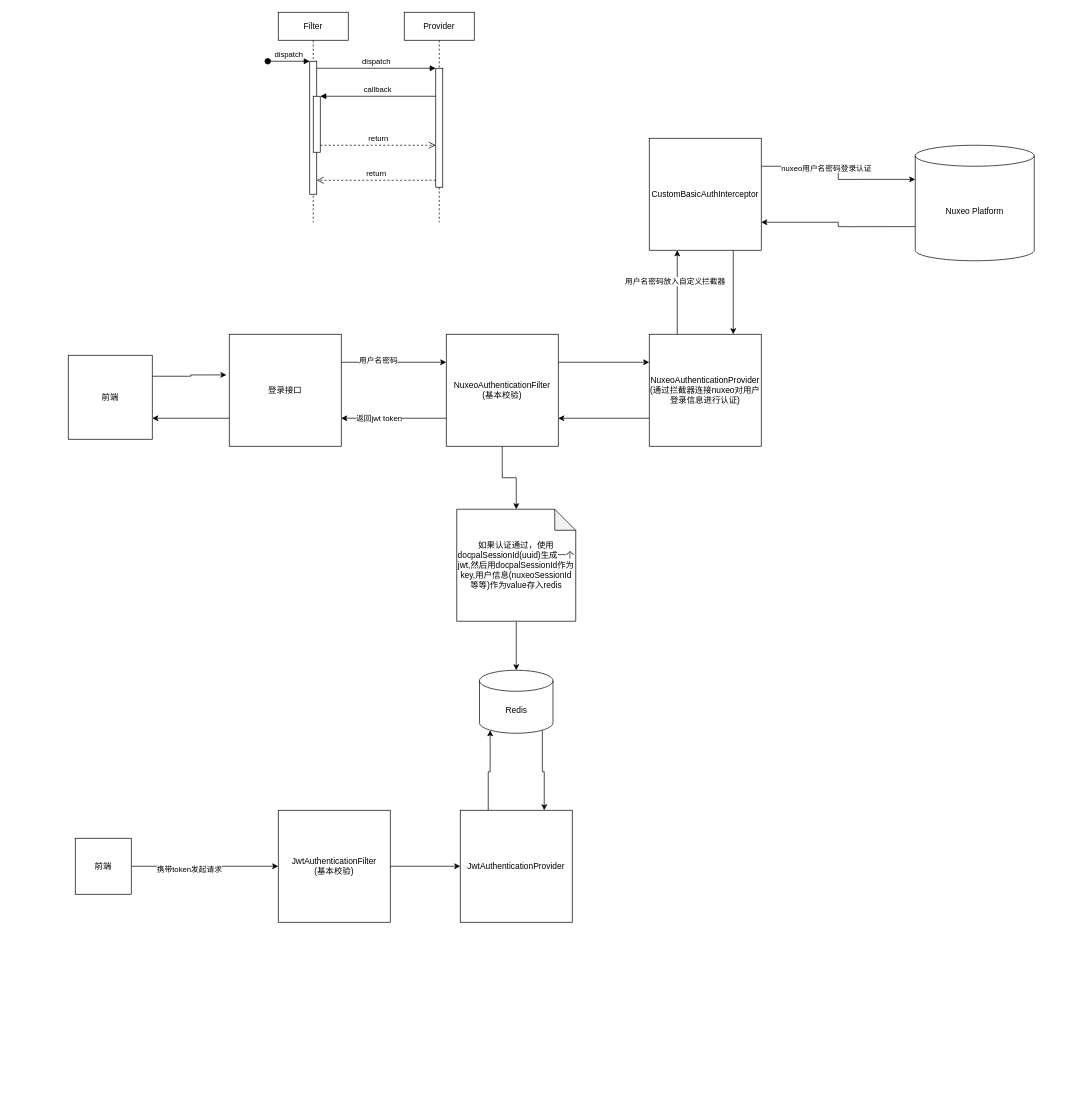
Earlier version of the draw.io diagram jwt.drawio (elninot/jwt). Source tidied: cells renumbered, new cells numbered last; positions are measured from the earlier drawing's top-left corner, leaving out a move shared by most shapes. Both pictures are drawn from the tidied source at 70%, with x=0, y=0 at pixel (68, 12).
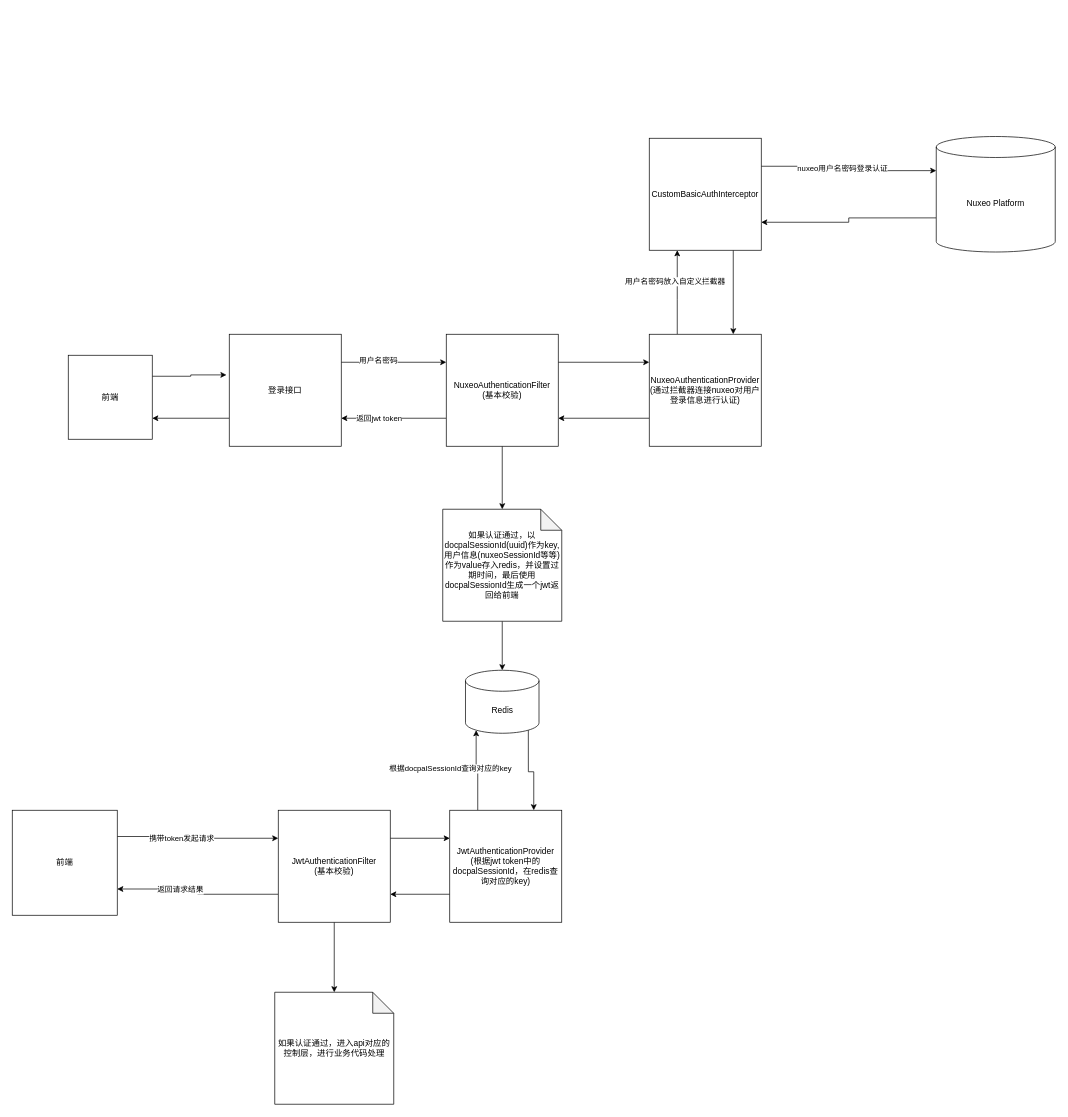
Above is the later version.

Unchanged cells that the change refers to:
```xml
<mxCell id="28" style="edgeStyle=orthogonalEdgeStyle;rounded=0;jettySize=auto;html=1;exitX=1;exitY=0.25;exitDx=0;exitDy=0;entryX=0;entryY=0;entryDx=0;entryDy=48.75;entryPerimeter=0;" parent="1" edge="1" source="30" target="43">
  <mxGeometry relative="1" as="geometry" />
</mxCell>
<mxCell id="36" value="JwtAuthenticationFilter&lt;br&gt;(基本校验)" style="whiteSpace=wrap;html=1;" parent="1" vertex="1">
  <mxGeometry x="300" y="1140" width="160" height="160" as="geometry" />
</mxCell>
<mxCell id="37" style="edgeStyle=orthogonalEdgeStyle;rounded=0;jettySize=auto;html=1;exitX=0.25;exitY=0;exitDx=0;exitDy=0;entryX=0.145;entryY=1;entryDx=0;entryDy=-4.35;entryPerimeter=0;" parent="1" edge="1" source="38" target="34">
  <mxGeometry relative="1" as="geometry" />
</mxCell>
```

What changed in the source:
```diff
@@
-    <mxCell id="2" value="Filter" style="shape=umlLifeline;perimeter=lifelinePerimeter;whiteSpace=wrap;html=1;newEdgeStyle={&quot;edgeStyle&quot;:&quot;elbowEdgeStyle&quot;,&quot;elbow&quot;:&quot;vertical&quot;,&quot;curved&quot;:0,&quot;rounded&quot;:0};" parent="1" vertex="1">
-      <mxGeometry x="300" width="100" height="300" as="geometry" />
-    </mxCell>
-    <mxCell id="3" style="html=1;points=[];perimeter=orthogonalPerimeter;outlineConnect=0;targetShapes=umlLifeline;portConstraint=eastwest;newEdgeStyle={&quot;edgeStyle&quot;:&quot;elbowEdgeStyle&quot;,&quot;elbow&quot;:&quot;vertical&quot;,&quot;curved&quot;:0,&quot;rounded&quot;:0};" parent="2" vertex="1">
-      <mxGeometry x="45" y="70" width="10" height="190" as="geometry" />
-    </mxCell>
-    <mxCell id="4" value="dispatch" style="html=1;verticalAlign=bottom;startArrow=oval;endArrow=block;startSize=8;edgeStyle=elbowEdgeStyle;elbow=vertical;curved=0;rounded=0;" parent="2" edge="1" target="3">
-      <mxGeometry relative="1" as="geometry">
-        <mxPoint x="-15" y="70" as="sourcePoint" />
-      </mxGeometry>
-    </mxCell>
-    <mxCell id="5" style="html=1;points=[];perimeter=orthogonalPerimeter;outlineConnect=0;targetShapes=umlLifeline;portConstraint=eastwest;newEdgeStyle={&quot;edgeStyle&quot;:&quot;elbowEdgeStyle&quot;,&quot;elbow&quot;:&quot;vertical&quot;,&quot;curved&quot;:0,&quot;rounded&quot;:0};" parent="2" vertex="1">
-      <mxGeometry x="50" y="120" width="10" height="80" as="geometry" />
-    </mxCell>
-    <mxCell id="6" value="Provider" style="shape=umlLifeline;perimeter=lifelinePerimeter;whiteSpace=wrap;html=1;newEdgeStyle={&quot;edgeStyle&quot;:&quot;elbowEdgeStyle&quot;,&quot;elbow&quot;:&quot;vertical&quot;,&quot;curved&quot;:0,&quot;rounded&quot;:0};" parent="1" vertex="1">
-      <mxGeometry x="480" width="100" height="300" as="geometry" />
-    </mxCell>
-    <mxCell id="7" style="html=1;points=[];perimeter=orthogonalPerimeter;outlineConnect=0;targetShapes=umlLifeline;portConstraint=eastwest;newEdgeStyle={&quot;edgeStyle&quot;:&quot;elbowEdgeStyle&quot;,&quot;elbow&quot;:&quot;vertical&quot;,&quot;curved&quot;:0,&quot;rounded&quot;:0};" parent="6" vertex="1">
-      <mxGeometry x="45" y="80" width="10" height="170" as="geometry" />
-    </mxCell>
-    <mxCell id="8" value="dispatch" style="html=1;verticalAlign=bottom;endArrow=block;edgeStyle=elbowEdgeStyle;elbow=vertical;curved=0;rounded=0;" parent="1" edge="1" source="3" target="7">
-      <mxGeometry relative="1" as="geometry">
-        <Array as="points">
-          <mxPoint x="440" y="80" />
-        </Array>
-      </mxGeometry>
-    </mxCell>
-    <mxCell id="9" value="return" style="html=1;verticalAlign=bottom;endArrow=open;dashed=1;endSize=8;edgeStyle=elbowEdgeStyle;elbow=vertical;curved=0;rounded=0;" parent="1" edge="1" source="7" target="3">
-      <mxGeometry relative="1" as="geometry">
-        <Array as="points">
-          <mxPoint x="450" y="240" />
-        </Array>
-      </mxGeometry>
-    </mxCell>
-    <mxCell id="10" value="callback" style="html=1;verticalAlign=bottom;endArrow=block;edgeStyle=elbowEdgeStyle;elbow=vertical;curved=0;rounded=0;" parent="1" edge="1" source="7" target="5">
-      <mxGeometry relative="1" as="geometry">
-        <Array as="points">
-          <mxPoint x="450" y="120" />
-        </Array>
-      </mxGeometry>
-    </mxCell>
-    <mxCell id="11" value="return" style="html=1;verticalAlign=bottom;endArrow=open;dashed=1;endSize=8;edgeStyle=elbowEdgeStyle;elbow=vertical;curved=0;rounded=0;" parent="1" edge="1" source="5" target="7">
-      <mxGeometry relative="1" as="geometry">
-        <Array as="points">
-          <mxPoint x="440" y="190" />
-        </Array>
-      </mxGeometry>
-    </mxCell>
@@
     <mxCell id="29" value="nuxeo用户名密码登录认证" style="edgeLabel;html=1;align=center;verticalAlign=middle;" parent="28" vertex="1">
-      <mxGeometry x="-0.23" y="-2" relative="1" as="geometry" />
+      <mxGeometry x="-0.23" y="-2" relative="1" as="geometry">
+        <mxPoint x="16" as="offset" />
+      </mxGeometry>
     </mxCell>
@@
-    <mxCell id="32" value="如果认证通过，使用docpalSessionId(uuid)生成一个jwt,然后用docpalSessionId作为key,用户信息(nuxeoSessionId等等)作为value存入redis" style="shape=note;whiteSpace=wrap;html=1;backgroundOutline=1;darkOpacity=0.05;" parent="1" vertex="1">
-      <mxGeometry x="555" y="710" width="170" height="160" as="geometry" />
+    <mxCell id="32" value="如果认证通过，以docpalSessionId(uuid)作为key,用户信息(nuxeoSessionId等等)作为value存入redis，并设置过期时间，最后使用docpalSessionId生成一个jwt返回给前端" style="shape=note;whiteSpace=wrap;html=1;backgroundOutline=1;darkOpacity=0.05;" parent="1" vertex="1">
+      <mxGeometry x="535" y="710" width="170" height="160" as="geometry" />
     </mxCell>
@@
     <mxCell id="34" value="Redis" style="shape=cylinder3;whiteSpace=wrap;html=1;boundedLbl=1;backgroundOutline=1;size=15;" parent="1" vertex="1">
-      <mxGeometry x="587.5" y="940" width="105" height="90" as="geometry" />
+      <mxGeometry x="567.5" y="940" width="105" height="90" as="geometry" />
     </mxCell>
-    <mxCell id="35" style="edgeStyle=orthogonalEdgeStyle;rounded=0;jettySize=auto;html=1;" parent="1" edge="1" source="36" target="38">
+    <mxCell id="35" style="edgeStyle=orthogonalEdgeStyle;rounded=0;jettySize=auto;html=1;exitX=1;exitY=0.25;exitDx=0;exitDy=0;entryX=0;entryY=0.25;entryDx=0;entryDy=0;" parent="1" edge="1" source="36" target="38">
       <mxGeometry relative="1" as="geometry" />
     </mxCell>
+    <mxCell id="44" style="edgeStyle=orthogonalEdgeStyle;rounded=0;jettySize=auto;html=1;exitX=0;exitY=0.75;exitDx=0;exitDy=0;entryX=1;entryY=0.75;entryDx=0;entryDy=0;" parent="1" edge="1" source="36" target="41">
+      <mxGeometry relative="1" as="geometry" />
+    </mxCell>
+    <mxCell id="45" value="返回请求结果" style="edgeLabel;html=1;align=center;verticalAlign=middle;" parent="44" vertex="1">
+      <mxGeometry x="0.25" y="1" relative="1" as="geometry" />
+    </mxCell>
+    <mxCell id="46" style="edgeStyle=orthogonalEdgeStyle;rounded=0;jettySize=auto;html=1;" parent="1" edge="1" source="36" target="49">
+      <mxGeometry relative="1" as="geometry" />
+    </mxCell>
@@
+    <mxCell id="47" value="根据docpalSessionId查询对应的key" style="edgeLabel;html=1;align=center;verticalAlign=middle;" parent="37" vertex="1">
+      <mxGeometry x="-0.23" relative="1" as="geometry">
+        <mxPoint x="-40" y="-15" as="offset" />
+      </mxGeometry>
+    </mxCell>
+    <mxCell id="48" style="edgeStyle=orthogonalEdgeStyle;rounded=0;jettySize=auto;html=1;exitX=0;exitY=0.75;exitDx=0;exitDy=0;entryX=1;entryY=0.75;entryDx=0;entryDy=0;" parent="1" edge="1" source="38" target="36">
+      <mxGeometry relative="1" as="geometry" />
+    </mxCell>
-    <mxCell id="38" value="JwtAuthenticationProvider" style="whiteSpace=wrap;html=1;" parent="1" vertex="1">
-      <mxGeometry x="560" y="1140" width="160" height="160" as="geometry" />
+    <mxCell id="38" value="JwtAuthenticationProvider&lt;br&gt;(根据jwt token中的docpalSessionId，在redis查询对应的key)" style="whiteSpace=wrap;html=1;" parent="1" vertex="1">
+      <mxGeometry x="545" y="1140" width="160" height="160" as="geometry" />
     </mxCell>
-    <mxCell id="39" style="edgeStyle=orthogonalEdgeStyle;rounded=0;jettySize=auto;html=1;" parent="1" edge="1" source="41" target="36">
+    <mxCell id="39" style="edgeStyle=orthogonalEdgeStyle;rounded=0;jettySize=auto;html=1;exitX=1;exitY=0.25;exitDx=0;exitDy=0;entryX=0;entryY=0.25;entryDx=0;entryDy=0;" parent="1" edge="1" source="41" target="36">
       <mxGeometry relative="1" as="geometry" />
     </mxCell>
@@
     <mxCell id="41" value="前端" style="whiteSpace=wrap;html=1;" parent="1" vertex="1">
-      <mxGeometry x="10" y="1180" width="80" height="80" as="geometry" />
+      <mxGeometry x="-80" y="1140" width="150" height="150" as="geometry" />
     </mxCell>
@@
     <mxCell id="43" value="Nuxeo Platform" style="shape=cylinder3;whiteSpace=wrap;html=1;boundedLbl=1;backgroundOutline=1;size=15;" parent="1" vertex="1">
-      <mxGeometry x="1210" y="190" width="170" height="165" as="geometry" />
+      <mxGeometry x="1240" y="177.5" width="170" height="165" as="geometry" />
     </mxCell>
+    <mxCell id="49" value="如果认证通过，进入api对应的控制层，进行业务代码处理" style="shape=note;whiteSpace=wrap;html=1;backgroundOutline=1;darkOpacity=0.05;" parent="1" vertex="1">
+      <mxGeometry x="295" y="1400" width="170" height="160" as="geometry" />
+    </mxCell>
```
